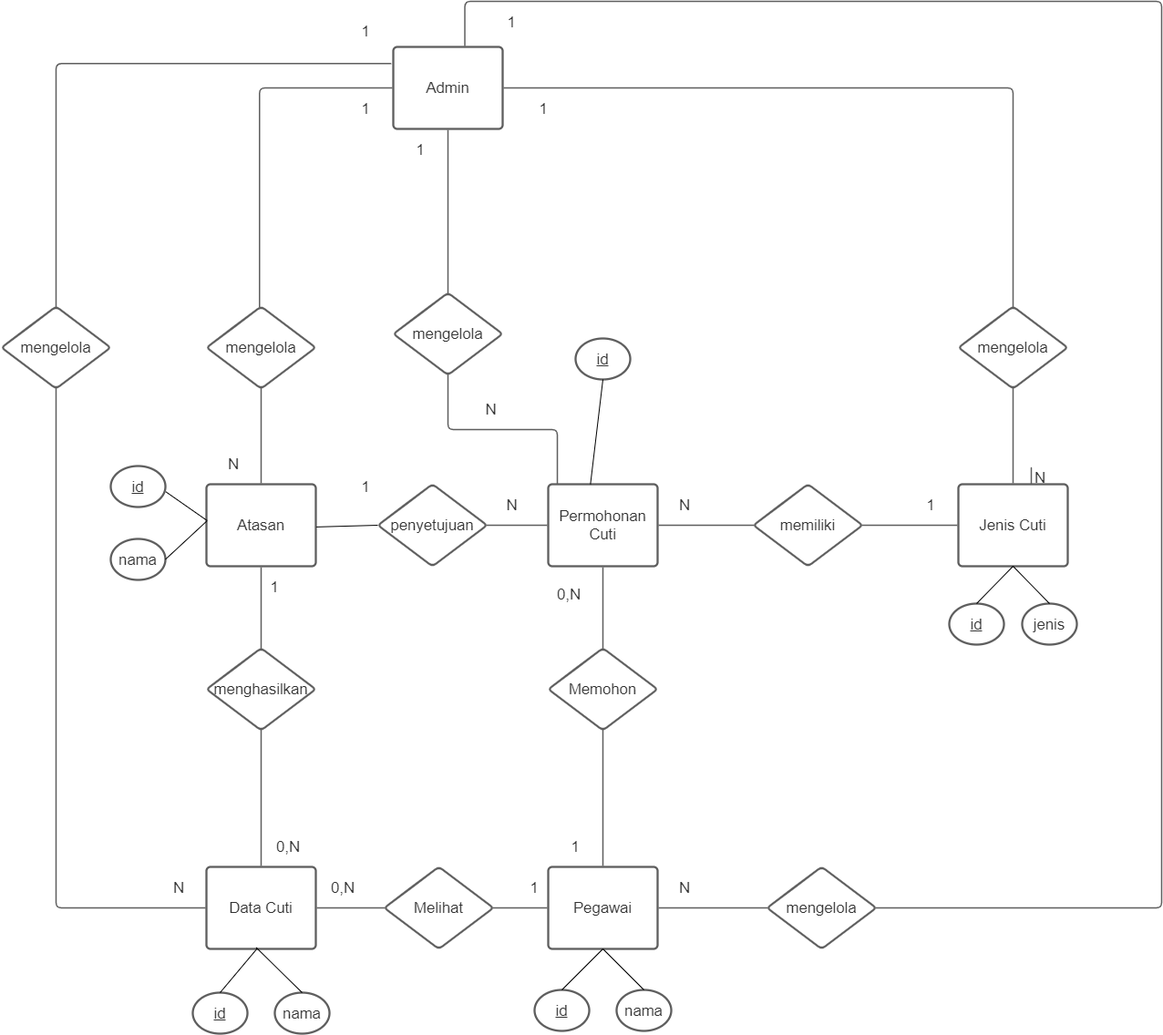
syahrolus/erd keeps this draw.io diagram as Untitled Diagram.drawio.png. Above is the earlier version. Source tidied: cells renumbered, new cells last; positions are measured from the earlier drawing's top-left corner, leaving out a move shared by most shapes.
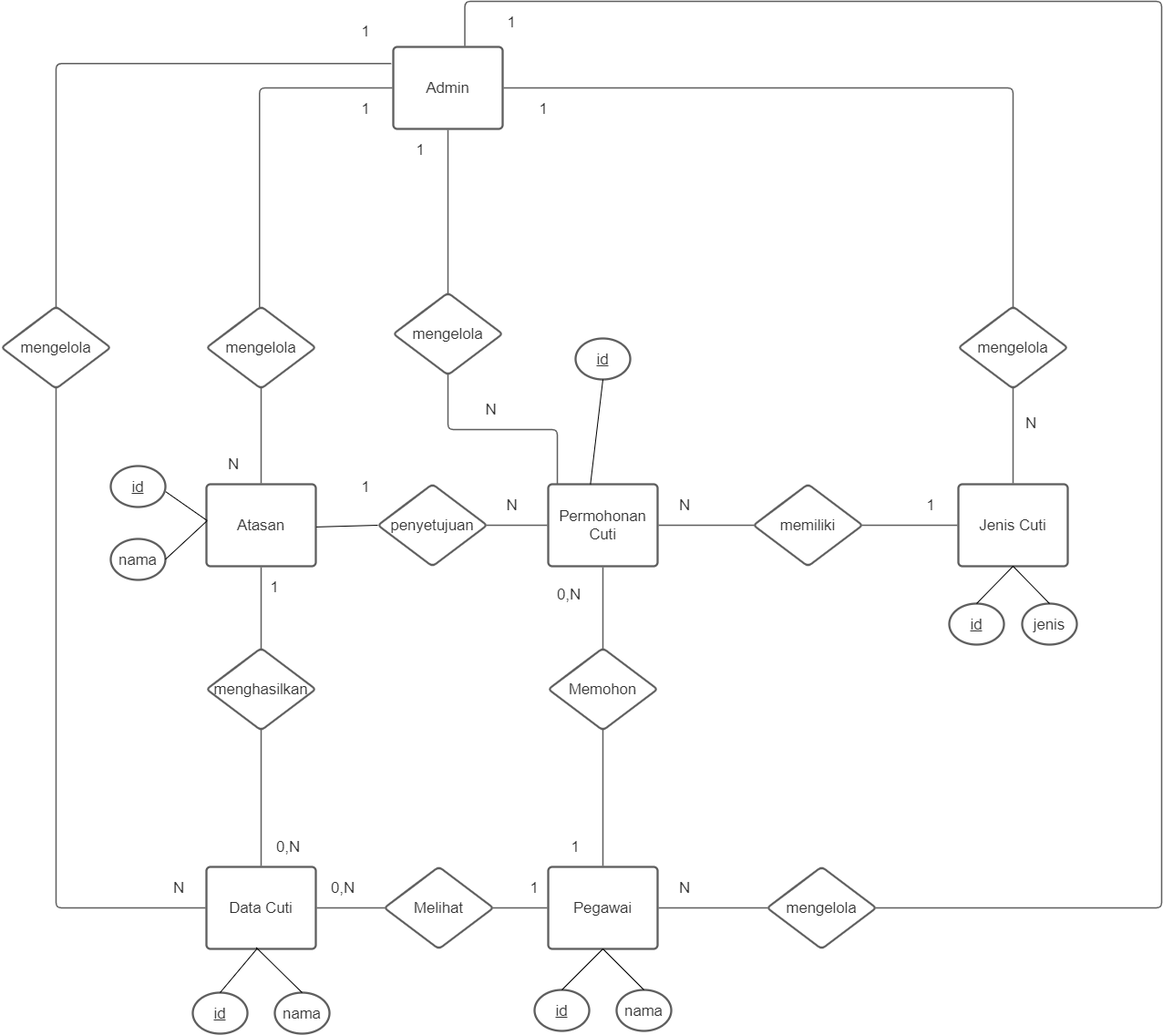
The same file after the commit.

The edit, as a diff of the source:
```diff
@@ -38,14 +38,6 @@
     <mxCell id="13" value="memiliki" style="html=1;overflow=block;blockSpacing=1;whiteSpace=wrap;rhombus;whiteSpace=wrap;fontSize=16.7;fontColor=#333333;spacing=3.8;strokeColor=#5e5e5e;strokeOpacity=100;rounded=1;absoluteArcSize=1;arcSize=9;strokeWidth=2.3;" parent="1" vertex="1">
       <mxGeometry x="825" y="530" width="120" height="90" as="geometry" />
     </mxCell>
-    <mxCell id="14" style="html=1;jettySize=18;whiteSpace=wrap;fontSize=13;strokeColor=#5E5E5E;strokeWidth=1.5;rounded=1;arcSize=12;edgeStyle=orthogonalEdgeStyle;startArrow=none;endArrow=none;exitY=-0.013;exitPerimeter=0;entryY=-0.013;entryPerimeter=0;" parent="1" edge="1" source="7" target="7">
-      <mxGeometry relative="1" as="geometry">
-        <Array as="points">
-          <mxPoint x="1130" y="509" />
-          <mxPoint x="1130" y="509" />
-        </Array>
-      </mxGeometry>
-    </mxCell>
     <mxCell id="15" style="html=1;jettySize=18;whiteSpace=wrap;fontSize=13;strokeColor=#5E5E5E;strokeWidth=1.5;rounded=1;arcSize=12;edgeStyle=orthogonalEdgeStyle;startArrow=none;endArrow=none;exitX=-0.009;exitY=0.5;exitPerimeter=0;entryX=0.991;entryY=0.5;entryPerimeter=0;" parent="1" edge="1" source="5" target="12">
       <mxGeometry relative="1" as="geometry" />
     </mxCell>
@@ -186,7 +178,7 @@
       <mxGeometry x="660" y="950" width="180" height="45" as="geometry" />
     </mxCell>
     <mxCell id="56" value="N" style="html=1;overflow=block;blockSpacing=1;whiteSpace=wrap;whiteSpace=wrap;fontSize=16.7;fontColor=#333333;spacing=3.8;strokeOpacity=0;fillOpacity=0;rounded=1;absoluteArcSize=1;arcSize=9;fillColor=#ffffff;strokeWidth=2.3;" parent="1" vertex="1">
-      <mxGeometry x="1050" y="500" width="180" height="45" as="geometry" />
+      <mxGeometry x="1040" y="440" width="180" height="45" as="geometry" />
     </mxCell>
     <mxCell id="57" value="1" style="html=1;overflow=block;blockSpacing=1;whiteSpace=wrap;whiteSpace=wrap;fontSize=16.7;fontColor=#333333;spacing=3.8;strokeOpacity=0;fillOpacity=0;rounded=1;absoluteArcSize=1;arcSize=9;fillColor=#ffffff;strokeWidth=2.3;" parent="1" vertex="1">
       <mxGeometry x="930" y="530" width="180" height="45" as="geometry" />
```
